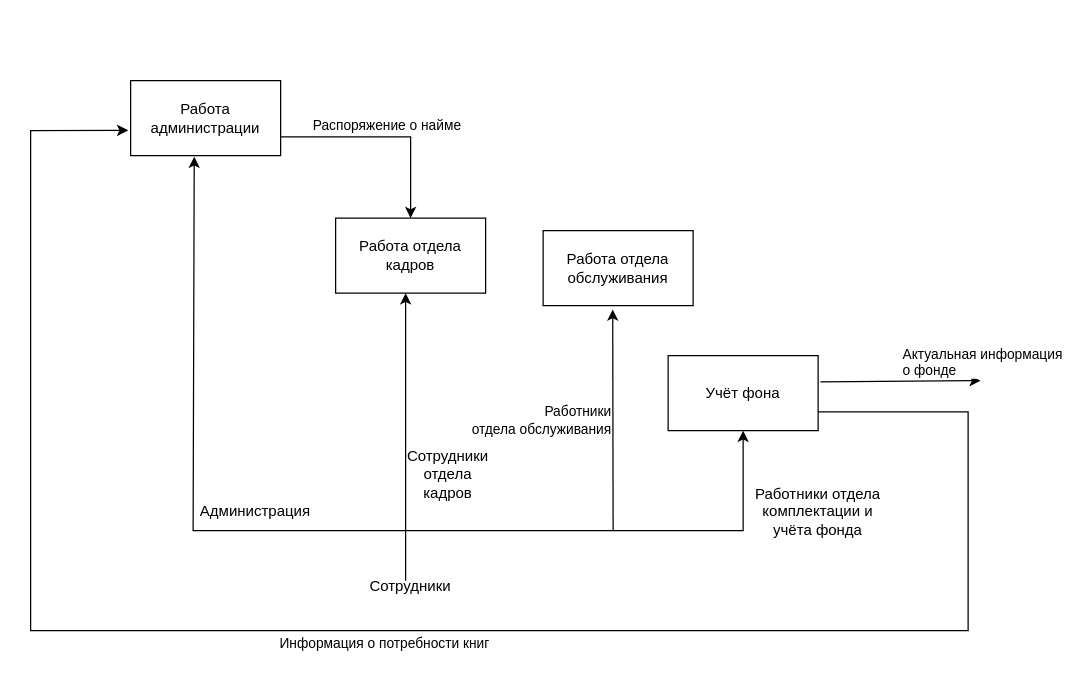
The draw.io diagram page "A0" (2 of 6) of sadt/diagram.drawio in la-mironov/Database-project, before the edit. Source tidied: cells renumbered, new cells numbered last; positions are measured from the earlier drawing's top-left corner, leaving out a move shared by most shapes. Both pictures are drawn from the tidied source at 125%, with x=0, y=0 at pixel (30, 80).
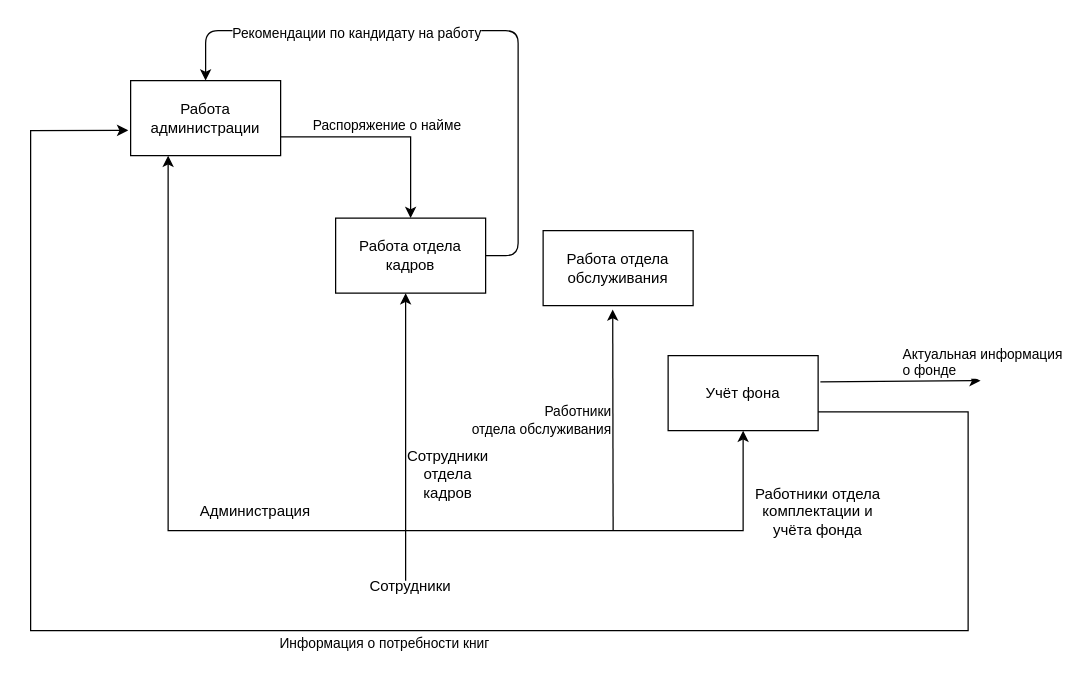
The same page after the edit.

The change refers to these unchanged cells:
```xml
<mxCell id="2" value="Работа администрации" style="rounded=0;whiteSpace=wrap;html=1;" parent="1" vertex="1">
  <mxGeometry x="80" width="120" height="60" as="geometry" />
</mxCell>
<mxCell id="3" value="Работа отдела кадров" style="rounded=0;whiteSpace=wrap;html=1;" parent="1" vertex="1">
  <mxGeometry x="244" y="110" width="120" height="60" as="geometry" />
</mxCell>
```

Change to the diagram source:
```diff
@@
+    <mxCell id="17" style="edgeStyle=none;html=1;entryX=0.5;entryY=0;entryDx=0;entryDy=0;exitX=1;exitY=0.5;exitDx=0;exitDy=0;" parent="1" edge="1" source="3" target="2">
+      <mxGeometry relative="1" as="geometry">
+        <Array as="points">
+          <mxPoint x="390" y="140" />
+          <mxPoint x="390" y="-40" />
+          <mxPoint x="140" y="-40" />
+        </Array>
+      </mxGeometry>
+    </mxCell>
+    <mxCell id="18" value="Рекомендации по кандидату на работу" style="edgeLabel;html=1;align=center;verticalAlign=middle;" parent="17" vertex="1">
+      <mxGeometry x="0.38" y="1" relative="1" as="geometry">
+        <mxPoint x="6" as="offset" />
+      </mxGeometry>
+    </mxCell>
@@
-    <mxCell id="5" style="endArrow=classic;html=1;rounded=0;entryX=0.424;entryY=1.014;entryDx=0;entryDy=0;entryPerimeter=0;" parent="1" edge="1" target="2">
+    <mxCell id="5" style="endArrow=classic;html=1;rounded=0;entryX=0.25;entryY=1;entryDx=0;entryDy=0;" parent="1" edge="1" target="2">
       <mxGeometry relative="1" as="geometry">
         <mxPoint x="300" y="400" as="sourcePoint" />
         <Array as="points">
           <mxPoint x="300" y="360" />
-          <mxPoint x="130" y="360" />
+          <mxPoint x="110" y="360" />
         </Array>
       </mxGeometry>
     </mxCell>
```
